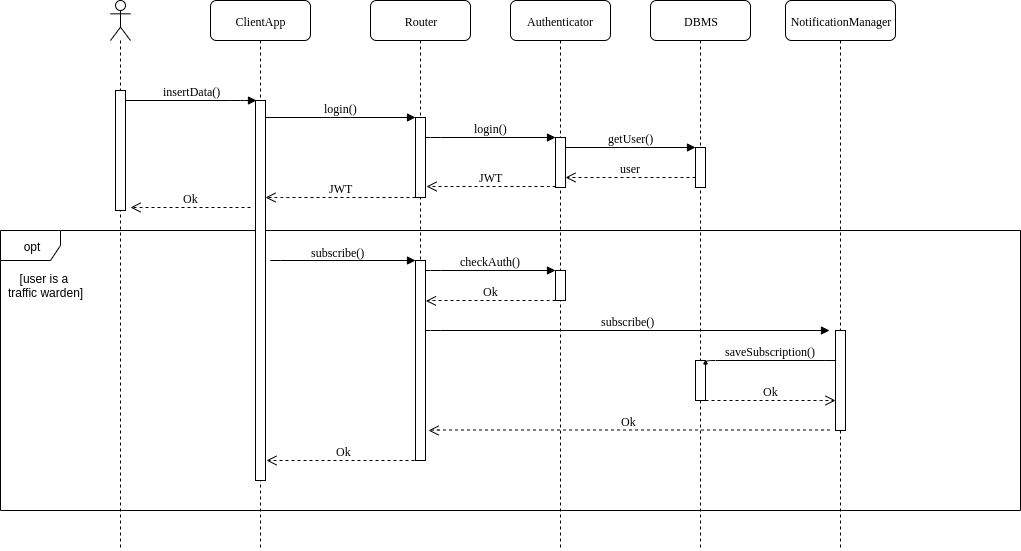
Above: DD/images/login-sequence-diagram.png in f3d0ss/CazzolaDotti-se2 (draw.io), before the change. Source tidied: cells renumbered, new cells last; positions are measured from the earlier drawing's top-left corner, leaving out a move shared by most shapes. The source it was exported from:
```xml
<mxGraphModel background="#ffffff">
  <root>
    <mxCell id="0" />
    <mxCell id="1" parent="0" />
    <mxCell id="2" value="opt" style="shape=umlFrame;whiteSpace=wrap;html=1;" parent="1" vertex="1">
      <mxGeometry y="230" width="1020" height="280" as="geometry" />
    </mxCell>
    <mxCell id="3" value="ClientApp" style="shape=umlLifeline;perimeter=lifelinePerimeter;whiteSpace=wrap;html=1;rounded=1;shadow=0;comic=0;labelBackgroundColor=none;strokeWidth=1;fontFamily=Verdana;fontSize=12;align=center;" parent="1" vertex="1">
      <mxGeometry x="210" width="100" height="550" as="geometry" />
    </mxCell>
    <mxCell id="4" style="html=1;points=[];perimeter=orthogonalPerimeter;rounded=0;shadow=0;comic=0;labelBackgroundColor=none;strokeWidth=1;fontFamily=Verdana;fontSize=12;align=center;" parent="3" vertex="1">
      <mxGeometry x="45" y="100" width="10" height="380" as="geometry" />
    </mxCell>
    <mxCell id="5" value="Router" style="shape=umlLifeline;perimeter=lifelinePerimeter;whiteSpace=wrap;html=1;rounded=1;shadow=0;comic=0;labelBackgroundColor=none;strokeWidth=1;fontFamily=Verdana;fontSize=12;align=center;" parent="1" vertex="1">
      <mxGeometry x="370" width="100" height="460" as="geometry" />
    </mxCell>
    <mxCell id="6" style="html=1;points=[];perimeter=orthogonalPerimeter;" parent="5" vertex="1">
      <mxGeometry x="45" y="260" width="10" height="200" as="geometry" />
    </mxCell>
    <mxCell id="7" value="DBMS" style="shape=umlLifeline;perimeter=lifelinePerimeter;whiteSpace=wrap;html=1;rounded=1;shadow=0;comic=0;labelBackgroundColor=none;strokeWidth=1;fontFamily=Verdana;fontSize=12;align=center;" parent="1" vertex="1">
      <mxGeometry x="650" width="100" height="550" as="geometry" />
    </mxCell>
    <mxCell id="8" style="html=1;perimeter=orthogonalPerimeter;rounded=0;shadow=0;comic=0;labelBackgroundColor=none;strokeWidth=1;fontFamily=Verdana;fontSize=12;align=center;" parent="7" vertex="1">
      <mxGeometry x="45" y="360" width="10" height="40" as="geometry" />
    </mxCell>
    <mxCell id="9" value="Authenticator" style="shape=umlLifeline;perimeter=lifelinePerimeter;whiteSpace=wrap;html=1;rounded=1;shadow=0;comic=0;labelBackgroundColor=none;strokeWidth=1;fontFamily=Verdana;fontSize=12;align=center;" parent="1" vertex="1">
      <mxGeometry x="510" width="100" height="550" as="geometry" />
    </mxCell>
    <mxCell id="10" style="html=1;perimeter=orthogonalPerimeter;" parent="9" vertex="1">
      <mxGeometry x="45" y="270" width="10" height="30" as="geometry" />
    </mxCell>
    <mxCell id="11" style="html=1;points=[];perimeter=orthogonalPerimeter;rounded=0;shadow=0;comic=0;labelBackgroundColor=none;strokeWidth=1;fontFamily=Verdana;fontSize=12;align=center;" parent="1" vertex="1">
      <mxGeometry x="555" y="137" width="10" height="50" as="geometry" />
    </mxCell>
    <mxCell id="12" value="login()" style="html=1;verticalAlign=bottom;endArrow=block;labelBackgroundColor=none;fontFamily=Verdana;fontSize=12;edgeStyle=elbowEdgeStyle;elbow=vertical;" parent="1" edge="1" source="24" target="11">
      <mxGeometry relative="1" as="geometry">
        <Array as="points">
          <mxPoint x="430" y="137" />
        </Array>
      </mxGeometry>
    </mxCell>
    <mxCell id="13" style="html=1;points=[];perimeter=orthogonalPerimeter;rounded=0;shadow=0;comic=0;labelBackgroundColor=none;strokeWidth=1;fontFamily=Verdana;fontSize=12;align=center;" parent="1" vertex="1">
      <mxGeometry x="695" y="147" width="10" height="40" as="geometry" />
    </mxCell>
    <mxCell id="14" value="getUser()" style="html=1;verticalAlign=bottom;endArrow=block;entryX=0;entryY=0;labelBackgroundColor=none;fontFamily=Verdana;fontSize=12;edgeStyle=elbowEdgeStyle;elbow=vertical;" parent="1" edge="1" source="11" target="13">
      <mxGeometry relative="1" as="geometry" />
    </mxCell>
    <mxCell id="15" value="user" style="html=1;verticalAlign=bottom;endArrow=open;dashed=1;endSize=8;labelBackgroundColor=none;fontFamily=Verdana;fontSize=12;edgeStyle=elbowEdgeStyle;elbow=vertical;" parent="1" edge="1" source="13" target="11">
      <mxGeometry relative="1" as="geometry">
        <Array as="points">
          <mxPoint x="640" y="177" />
          <mxPoint x="670" y="177" />
        </Array>
      </mxGeometry>
    </mxCell>
    <mxCell id="16" value="insertData()" style="html=1;verticalAlign=bottom;endArrow=block;labelBackgroundColor=none;fontFamily=Verdana;fontSize=12;edgeStyle=elbowEdgeStyle;elbow=vertical;shadow=0;comic=0;entryX=0.058;entryY=0;entryDx=0;entryDy=0;entryPerimeter=0;" parent="1" edge="1" source="19" target="4">
      <mxGeometry relative="1" as="geometry">
        <Array as="points">
          <mxPoint x="240" y="100" />
          <mxPoint x="250" y="100" />
        </Array>
      </mxGeometry>
    </mxCell>
    <mxCell id="17" value="login()" style="html=1;verticalAlign=bottom;endArrow=block;entryX=0;entryY=0;labelBackgroundColor=none;fontFamily=Verdana;fontSize=12;edgeStyle=elbowEdgeStyle;elbow=vertical;" parent="1" edge="1" target="24">
      <mxGeometry relative="1" as="geometry">
        <mxPoint x="265" y="117" as="sourcePoint" />
      </mxGeometry>
    </mxCell>
    <mxCell id="18" style="shape=umlLifeline;participant=umlActor;perimeter=lifelinePerimeter;whiteSpace=wrap;html=1;verticalAlign=top;spacingTop=36;labelBackgroundColor=#ffffff;" parent="1" vertex="1">
      <mxGeometry x="110" width="20" height="550" as="geometry" />
    </mxCell>
    <mxCell id="19" style="html=1;points=[];perimeter=orthogonalPerimeter;rounded=0;shadow=0;comic=0;labelBackgroundColor=none;strokeWidth=1;fontFamily=Verdana;fontSize=12;align=center;" parent="18" vertex="1">
      <mxGeometry x="5" y="90" width="10" height="120" as="geometry" />
    </mxCell>
    <mxCell id="20" value="JWT" style="html=1;verticalAlign=bottom;endArrow=open;dashed=1;endSize=8;labelBackgroundColor=none;fontFamily=Verdana;fontSize=12;edgeStyle=elbowEdgeStyle;elbow=vertical;entryX=1.058;entryY=0.866;entryDx=0;entryDy=0;entryPerimeter=0;exitX=-0.019;exitY=0.977;exitDx=0;exitDy=0;exitPerimeter=0;" parent="1" edge="1" source="11" target="24">
      <mxGeometry relative="1" as="geometry">
        <Array as="points">
          <mxPoint x="550" y="186" />
          <mxPoint x="430" y="186" />
          <mxPoint x="495" y="186.5" />
          <mxPoint x="525" y="186.5" />
        </Array>
      </mxGeometry>
    </mxCell>
    <mxCell id="21" style="html=1;verticalAlign=bottom;endArrow=open;dashed=1;endSize=8;labelBackgroundColor=none;fontFamily=Verdana;fontSize=12;edgeStyle=elbowEdgeStyle;elbow=vertical;exitX=-0.039;exitY=0.995;exitDx=0;exitDy=0;exitPerimeter=0;" parent="1" edge="1" source="24">
      <mxGeometry relative="1" as="geometry">
        <mxPoint x="265" y="197" as="targetPoint" />
        <Array as="points">
          <mxPoint x="280" y="197" />
          <mxPoint x="345" y="197.5" />
          <mxPoint x="375" y="197.5" />
        </Array>
      </mxGeometry>
    </mxCell>
    <mxCell id="22" value="&lt;font face=&quot;Verdana&quot;&gt;JWT&lt;/font&gt;" style="text;html=1;align=center;verticalAlign=middle;labelBackgroundColor=#ffffff;" parent="21" vertex="1">
      <mxGeometry x="0.8" y="60" relative="1" as="geometry">
        <mxPoint x="60" y="-70" as="offset" />
      </mxGeometry>
    </mxCell>
    <mxCell id="23" value="Ok" style="html=1;verticalAlign=bottom;endArrow=open;dashed=1;endSize=8;labelBackgroundColor=none;fontFamily=Verdana;fontSize=12;edgeStyle=elbowEdgeStyle;elbow=vertical;" parent="1" edge="1">
      <mxGeometry relative="1" as="geometry">
        <mxPoint x="250" y="207" as="sourcePoint" />
        <mxPoint x="130" y="207" as="targetPoint" />
        <Array as="points">
          <mxPoint x="195" y="207" />
          <mxPoint x="225" y="207" />
        </Array>
      </mxGeometry>
    </mxCell>
    <mxCell id="24" style="html=1;points=[];perimeter=orthogonalPerimeter;rounded=0;shadow=0;comic=0;labelBackgroundColor=none;strokeWidth=1;fontFamily=Verdana;fontSize=12;align=center;" parent="1" vertex="1">
      <mxGeometry x="415" y="117" width="10" height="80" as="geometry" />
    </mxCell>
    <mxCell id="25" value="[user is a &lt;br&gt;traffic warden]" style="text;html=1;align=center;verticalAlign=middle;" parent="1" vertex="1">
      <mxGeometry y="270" width="90" height="30" as="geometry" />
    </mxCell>
    <mxCell id="26" value="NotificationManager" style="shape=umlLifeline;perimeter=lifelinePerimeter;whiteSpace=wrap;html=1;rounded=1;shadow=0;comic=0;labelBackgroundColor=none;strokeWidth=1;fontFamily=Verdana;fontSize=12;align=center;" parent="1" vertex="1">
      <mxGeometry x="785" width="110" height="550" as="geometry" />
    </mxCell>
    <mxCell id="27" style="html=1;perimeter=orthogonalPerimeter;" parent="26" vertex="1">
      <mxGeometry x="50" y="330" width="10" height="100" as="geometry" />
    </mxCell>
    <mxCell id="28" value="subscribe()" style="html=1;verticalAlign=bottom;endArrow=block;labelBackgroundColor=none;fontFamily=Verdana;fontSize=12;edgeStyle=elbowEdgeStyle;elbow=vertical;entryX=-0.034;entryY=0.001;entryDx=0;entryDy=0;entryPerimeter=0;" parent="1" edge="1" target="6">
      <mxGeometry x="-0.07" y="-1" relative="1" as="geometry">
        <mxPoint x="270" y="260.5" as="sourcePoint" />
      </mxGeometry>
    </mxCell>
    <mxCell id="29" value="saveSubscription()" style="html=1;verticalAlign=bottom;endArrow=block;entryX=0;entryY=0;labelBackgroundColor=none;fontFamily=Verdana;fontSize=12;edgeStyle=elbowEdgeStyle;elbow=vertical;" parent="1" edge="1">
      <mxGeometry relative="1" as="geometry">
        <mxPoint x="835.3" y="359.5" as="sourcePoint" />
        <mxPoint x="705" y="359.5" as="targetPoint" />
      </mxGeometry>
    </mxCell>
    <mxCell id="30" value="Ok" style="html=1;verticalAlign=bottom;endArrow=open;dashed=1;endSize=8;labelBackgroundColor=none;fontFamily=Verdana;fontSize=12;edgeStyle=elbowEdgeStyle;elbow=vertical;" parent="1" edge="1">
      <mxGeometry relative="1" as="geometry">
        <mxPoint x="705" y="400" as="sourcePoint" />
        <mxPoint x="835" y="400" as="targetPoint" />
        <Array as="points">
          <mxPoint x="810" y="400" />
          <mxPoint x="780" y="400" />
        </Array>
      </mxGeometry>
    </mxCell>
    <mxCell id="31" value="checkAuth()" style="html=1;verticalAlign=bottom;endArrow=block;labelBackgroundColor=none;fontFamily=Verdana;fontSize=12;edgeStyle=elbowEdgeStyle;elbow=vertical;" parent="1" edge="1">
      <mxGeometry relative="1" as="geometry">
        <mxPoint x="425" y="270" as="sourcePoint" />
        <mxPoint x="555" y="270" as="targetPoint" />
        <Array as="points">
          <mxPoint x="430" y="270" />
        </Array>
      </mxGeometry>
    </mxCell>
    <mxCell id="32" value="Ok" style="html=1;verticalAlign=bottom;endArrow=open;dashed=1;endSize=8;labelBackgroundColor=none;fontFamily=Verdana;fontSize=12;edgeStyle=elbowEdgeStyle;elbow=vertical;entryX=1.058;entryY=0.866;entryDx=0;entryDy=0;entryPerimeter=0;exitX=-0.019;exitY=0.977;exitDx=0;exitDy=0;exitPerimeter=0;" parent="1" edge="1">
      <mxGeometry relative="1" as="geometry">
        <mxPoint x="555" y="300" as="sourcePoint" />
        <mxPoint x="425.5" y="300.4" as="targetPoint" />
        <Array as="points">
          <mxPoint x="550" y="300" />
          <mxPoint x="430" y="300" />
          <mxPoint x="495" y="300.5" />
          <mxPoint x="525" y="300.5" />
        </Array>
      </mxGeometry>
    </mxCell>
    <mxCell id="33" value="subscribe()" style="html=1;verticalAlign=bottom;endArrow=block;labelBackgroundColor=none;fontFamily=Verdana;fontSize=12;edgeStyle=elbowEdgeStyle;elbow=vertical;" parent="1" edge="1">
      <mxGeometry relative="1" as="geometry">
        <mxPoint x="425" y="330" as="sourcePoint" />
        <mxPoint x="829" y="330" as="targetPoint" />
        <Array as="points">
          <mxPoint x="430" y="330" />
        </Array>
      </mxGeometry>
    </mxCell>
    <mxCell id="34" value="Ok" style="html=1;verticalAlign=bottom;endArrow=open;dashed=1;endSize=8;labelBackgroundColor=none;fontFamily=Verdana;fontSize=12;edgeStyle=elbowEdgeStyle;elbow=vertical;exitX=-0.019;exitY=0.977;exitDx=0;exitDy=0;exitPerimeter=0;" parent="1" edge="1">
      <mxGeometry relative="1" as="geometry">
        <mxPoint x="829.5" y="429.5" as="sourcePoint" />
        <mxPoint x="428" y="430" as="targetPoint" />
        <Array as="points">
          <mxPoint x="824.5" y="429.5" />
          <mxPoint x="704.5" y="429.5" />
          <mxPoint x="769.5" y="430" />
          <mxPoint x="799.5" y="430" />
        </Array>
      </mxGeometry>
    </mxCell>
    <mxCell id="35" value="Ok" style="html=1;verticalAlign=bottom;endArrow=open;dashed=1;endSize=8;labelBackgroundColor=none;fontFamily=Verdana;fontSize=12;edgeStyle=elbowEdgeStyle;elbow=vertical;exitX=0.5;exitY=1.002;exitDx=0;exitDy=0;exitPerimeter=0;" parent="1" edge="1" source="6">
      <mxGeometry relative="1" as="geometry">
        <mxPoint x="266" y="460" as="targetPoint" />
        <Array as="points">
          <mxPoint x="400" y="460" />
          <mxPoint x="280" y="460" />
          <mxPoint x="345" y="460.5" />
          <mxPoint x="375" y="460.5" />
        </Array>
      </mxGeometry>
    </mxCell>
  </root>
</mxGraphModel>
```
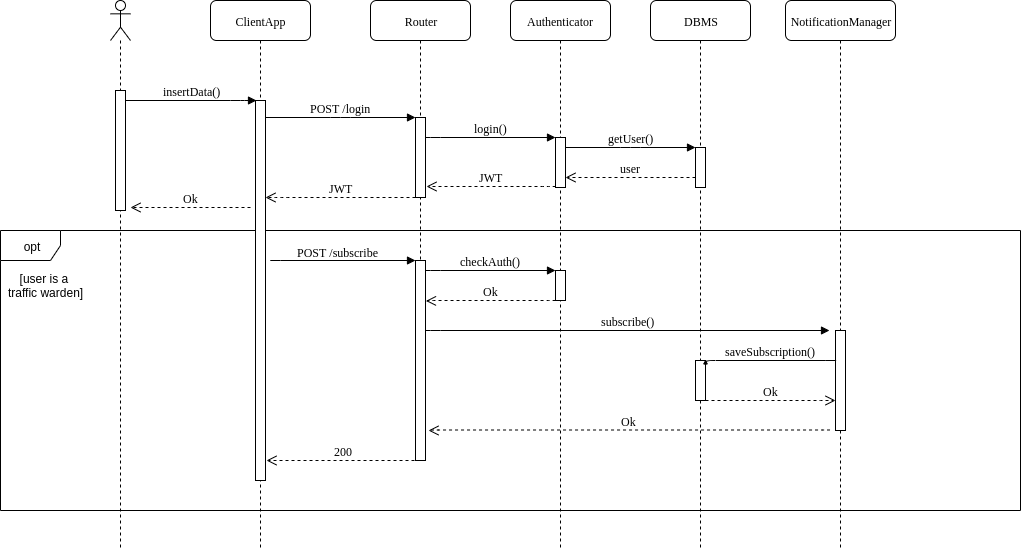
The same file after the commit.

What changed in the source:
```diff
@@ -61,7 +61,7 @@
         </Array>
       </mxGeometry>
     </mxCell>
-    <mxCell id="17" value="login()" style="html=1;verticalAlign=bottom;endArrow=block;entryX=0;entryY=0;labelBackgroundColor=none;fontFamily=Verdana;fontSize=12;edgeStyle=elbowEdgeStyle;elbow=vertical;" parent="1" edge="1" target="24">
+    <mxCell id="17" value="POST /login" style="html=1;verticalAlign=bottom;endArrow=block;entryX=0;entryY=0;labelBackgroundColor=none;fontFamily=Verdana;fontSize=12;edgeStyle=elbowEdgeStyle;elbow=vertical;" parent="1" edge="1" target="24">
       <mxGeometry relative="1" as="geometry">
         <mxPoint x="265" y="117" as="sourcePoint" />
       </mxGeometry>
@@ -119,7 +119,7 @@
     <mxCell id="27" style="html=1;perimeter=orthogonalPerimeter;" parent="26" vertex="1">
       <mxGeometry x="50" y="330" width="10" height="100" as="geometry" />
     </mxCell>
-    <mxCell id="28" value="subscribe()" style="html=1;verticalAlign=bottom;endArrow=block;labelBackgroundColor=none;fontFamily=Verdana;fontSize=12;edgeStyle=elbowEdgeStyle;elbow=vertical;entryX=-0.034;entryY=0.001;entryDx=0;entryDy=0;entryPerimeter=0;" parent="1" edge="1" target="6">
+    <mxCell id="28" value="POST /subscribe" style="html=1;verticalAlign=bottom;endArrow=block;labelBackgroundColor=none;fontFamily=Verdana;fontSize=12;edgeStyle=elbowEdgeStyle;elbow=vertical;entryX=-0.034;entryY=0.001;entryDx=0;entryDy=0;entryPerimeter=0;" parent="1" edge="1" target="6">
       <mxGeometry x="-0.07" y="-1" relative="1" as="geometry">
         <mxPoint x="270" y="260.5" as="sourcePoint" />
       </mxGeometry>
@@ -182,7 +182,7 @@
         </Array>
       </mxGeometry>
     </mxCell>
-    <mxCell id="35" value="Ok" style="html=1;verticalAlign=bottom;endArrow=open;dashed=1;endSize=8;labelBackgroundColor=none;fontFamily=Verdana;fontSize=12;edgeStyle=elbowEdgeStyle;elbow=vertical;exitX=0.5;exitY=1.002;exitDx=0;exitDy=0;exitPerimeter=0;" parent="1" edge="1" source="6">
+    <mxCell id="35" value="200" style="html=1;verticalAlign=bottom;endArrow=open;dashed=1;endSize=8;labelBackgroundColor=none;fontFamily=Verdana;fontSize=12;edgeStyle=elbowEdgeStyle;elbow=vertical;exitX=0.5;exitY=1.002;exitDx=0;exitDy=0;exitPerimeter=0;" parent="1" edge="1" source="6">
       <mxGeometry relative="1" as="geometry">
         <mxPoint x="266" y="460" as="targetPoint" />
         <Array as="points">
```
